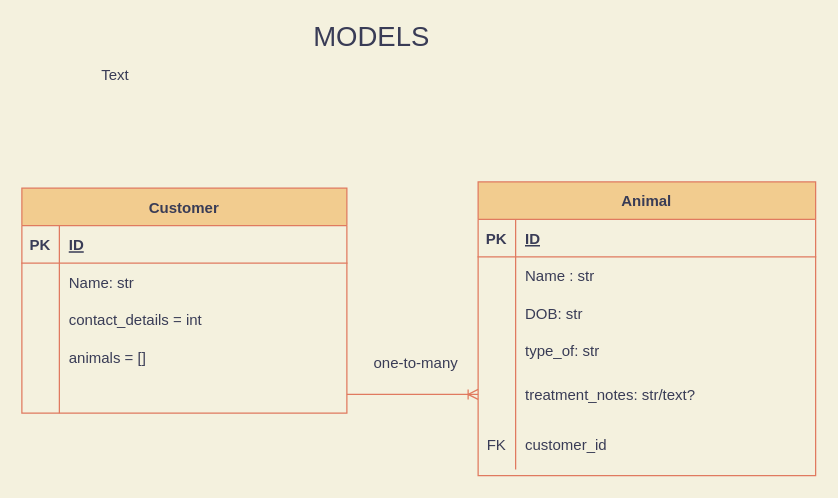
Before: page "Page-1" (1 of 2) of vetproject_classdiagram.drawio in fraserjamieson/vet_project, a draw.io diagram. Source tidied: cells renumbered, new cells numbered last; positions are measured from the earlier drawing's top-left corner, leaving out a move shared by most shapes. Both pictures are drawn from the tidied source at 125%, with x=0, y=0 at pixel (21, 25).
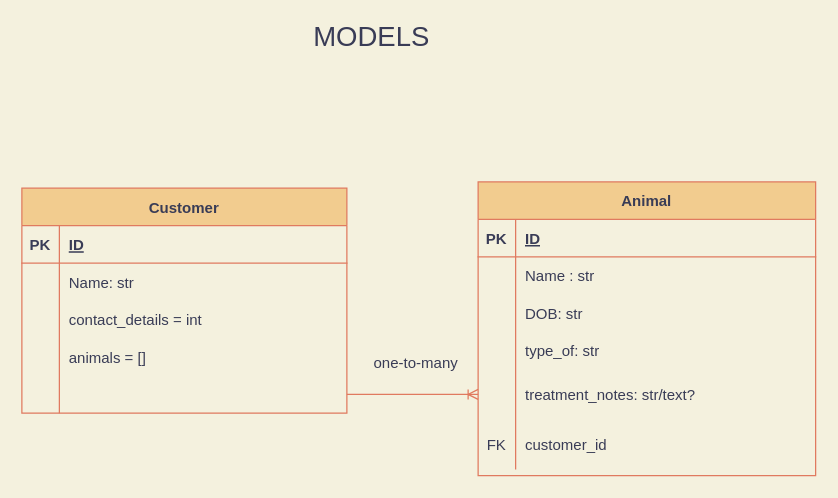
The same diagram, later.

Change to the diagram source:
```diff
@@
-    <mxCell id="40" value="Text" style="text;html=1;strokeColor=none;fillColor=none;align=center;verticalAlign=middle;whiteSpace=wrap;rounded=0;sketch=0;fontColor=#393C56;" parent="1" vertex="1">
-      <mxGeometry x="55" y="30" width="40" height="20" as="geometry" />
-    </mxCell>
```
